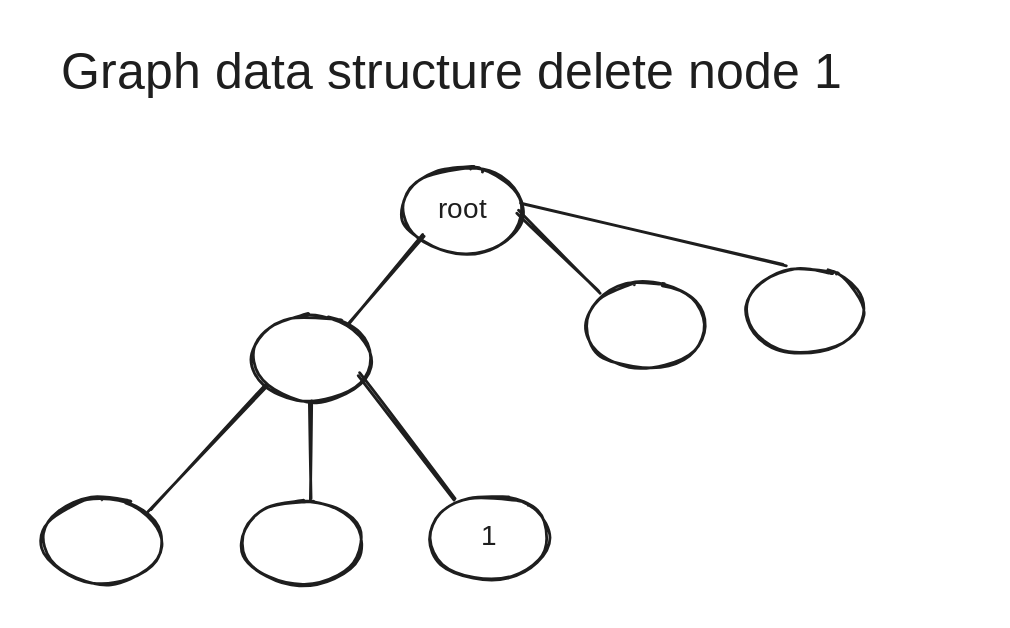
Before: .gitbook/assets/file.excalidraw.svg, a diagram exported from Excalidraw (UmbrellaCrow612/gitbook-content). Source tidied: one line per element, renumbered; positions are measured from the earlier drawing's top-left corner, leaving out a move shared by most shapes.
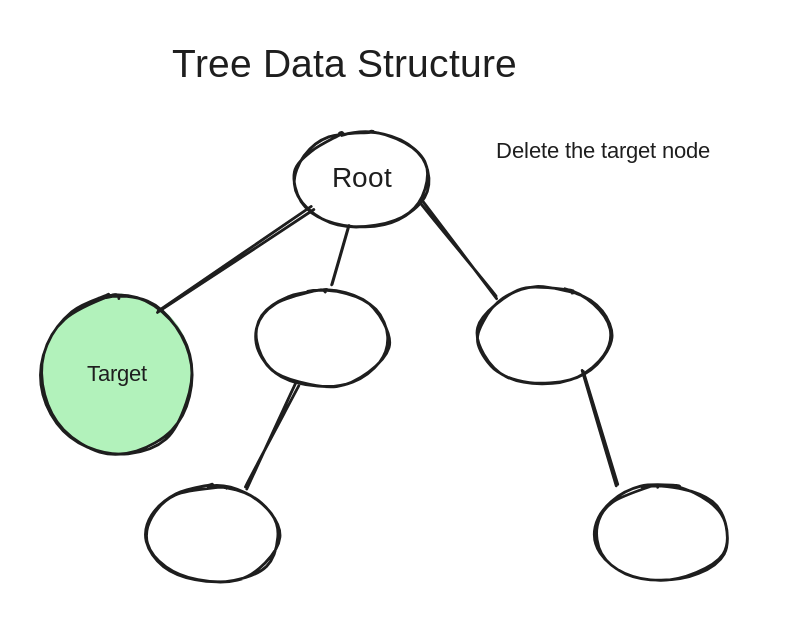
Later version of the same file.

Diff of the diagram source:
```diff
@@ -1,16 +1,15 @@
-{"id": 0, "type": "text", "text": "Graph data structure delete node 1", "strokeColor": "#1e1e1e", "strokeWidth": 2, "roughness": 1, "fontSize": 36, "fontFamily": 1, "x": 13, "y": 0, "width": 648, "height": 45}
-{"id": 1, "type": "ellipse", "strokeColor": "#1e1e1e", "strokeWidth": 2, "roughness": 1, "round": true, "x": 258, "y": 90, "width": 85, "height": 61}
-{"id": 2, "type": "text", "text": "root", "strokeColor": "#1e1e1e", "strokeWidth": 2, "roughness": 1, "fontSize": 20, "fontFamily": 1, "textAlign": "center", "verticalAlign": "middle", "inside": 1, "x": 279, "y": 108, "width": 42, "height": 25}
-{"id": 3, "type": "ellipse", "strokeColor": "#1e1e1e", "strokeWidth": 2, "roughness": 1, "round": true, "x": 389, "y": 172, "width": 85, "height": 61}
-{"id": 4, "type": "ellipse", "strokeColor": "#1e1e1e", "strokeWidth": 2, "roughness": 1, "round": true, "x": 150, "y": 195, "width": 85, "height": 61}
-{"id": 5, "type": "ellipse", "strokeColor": "#1e1e1e", "strokeWidth": 2, "roughness": 1, "round": true, "x": 0, "y": 325, "width": 85, "height": 61}
-{"id": 6, "type": "ellipse", "strokeColor": "#1e1e1e", "strokeWidth": 2, "roughness": 1, "round": true, "x": 143, "y": 327, "width": 85, "height": 61}
-{"id": 7, "type": "ellipse", "strokeColor": "#1e1e1e", "strokeWidth": 2, "roughness": 1, "round": true, "x": 277, "y": 323, "width": 85, "height": 61}
-{"id": 8, "type": "text", "text": "1", "strokeColor": "#1e1e1e", "strokeWidth": 2, "roughness": 1, "fontSize": 20, "fontFamily": 1, "textAlign": "center", "verticalAlign": "middle", "inside": 7, "x": 316, "y": 341, "width": 5, "height": 25}
-{"id": 9, "type": "ellipse", "strokeColor": "#1e1e1e", "strokeWidth": 2, "roughness": 1, "round": true, "x": 502, "y": 161, "width": 85, "height": 61}
-{"id": 10, "type": "line", "strokeColor": "#1e1e1e", "strokeWidth": 2, "roughness": 1, "round": true, "x": 272, "y": 139, "width": 53, "height": 62, "points": [[0, 0], [-53, 62]]}
-{"id": 11, "type": "line", "strokeColor": "#1e1e1e", "strokeWidth": 2, "roughness": 1, "round": true, "x": 161, "y": 246, "width": 84, "height": 89, "points": [[0, 0], [-84, 89]]}
-{"id": 12, "type": "line", "strokeColor": "#1e1e1e", "strokeWidth": 2, "roughness": 1, "round": true, "x": 192, "y": 256, "width": 1, "height": 71, "points": [[0, 0], [-1, 71]]}
-{"id": 13, "type": "line", "strokeColor": "#1e1e1e", "strokeWidth": 2, "roughness": 1, "round": true, "x": 226, "y": 237, "width": 69, "height": 90, "points": [[0, 0], [69, 90]]}
-{"id": 14, "type": "line", "strokeColor": "#1e1e1e", "strokeWidth": 2, "roughness": 1, "round": true, "x": 340, "y": 121, "width": 59, "height": 57, "points": [[0, 0], [59, 57]]}
-{"id": 15, "type": "line", "strokeColor": "#1e1e1e", "strokeWidth": 2, "roughness": 1, "round": true, "x": 343, "y": 114, "width": 187, "height": 45, "points": [[0, 0], [187, 45]]}
+{"id": 16, "type": "ellipse", "strokeColor": "#1e1e1e", "strokeWidth": 2, "roughness": 1, "round": true, "x": 238, "y": 69, "width": 95, "height": 69}
+{"id": 17, "type": "text", "text": "Root", "strokeColor": "#1e1e1e", "strokeWidth": 2, "roughness": 1, "fontSize": 20, "fontFamily": 1, "textAlign": "center", "verticalAlign": "middle", "inside": 16, "x": 262, "y": 91, "width": 47, "height": 25}
+{"id": 18, "type": "ellipse", "strokeColor": "#1e1e1e", "strokeWidth": 2, "roughness": 1, "round": true, "x": 369, "y": 180, "width": 95, "height": 69}
+{"id": 19, "type": "ellipse", "strokeColor": "#1e1e1e", "strokeWidth": 2, "roughness": 1, "round": true, "x": 210, "y": 183, "width": 95, "height": 69}
+{"id": 20, "type": "ellipse", "strokeColor": "#1e1e1e", "backgroundColor": "#b2f2bb", "fillStyle": "solid", "strokeWidth": 2, "roughness": 1, "round": true, "x": 57, "y": 187, "width": 108, "height": 113}
+{"id": 21, "type": "text", "text": "Target", "strokeColor": "#1e1e1e", "strokeWidth": 2, "roughness": 1, "fontSize": 16, "fontFamily": 1, "textAlign": "center", "verticalAlign": "middle", "inside": 20, "x": 83, "y": 233, "width": 56, "height": 20}
+{"id": 22, "type": "ellipse", "strokeColor": "#1e1e1e", "strokeWidth": 2, "roughness": 1, "round": true, "x": 132, "y": 323, "width": 95, "height": 69}
+{"id": 23, "type": "ellipse", "strokeColor": "#1e1e1e", "strokeWidth": 2, "roughness": 1, "round": true, "x": 453, "y": 322, "width": 95, "height": 69}
+{"id": 24, "type": "line", "strokeColor": "#1e1e1e", "strokeWidth": 2, "roughness": 1, "round": true, "x": 250, "y": 124, "width": 111, "height": 75, "points": [[0, 0], [-111, 75]]}
+{"id": 25, "type": "line", "strokeColor": "#1e1e1e", "strokeWidth": 2, "roughness": 1, "round": true, "x": 276, "y": 137, "width": 12, "height": 42, "points": [[0, 0], [-12, 42]]}
+{"id": 26, "type": "line", "strokeColor": "#1e1e1e", "strokeWidth": 2, "roughness": 1, "round": true, "x": 329, "y": 120, "width": 52, "height": 68, "points": [[0, 0], [52, 68]]}
+{"id": 27, "type": "line", "strokeColor": "#1e1e1e", "strokeWidth": 2, "roughness": 1, "round": true, "x": 443, "y": 240, "width": 26, "height": 82, "points": [[0, 0], [26, 82]]}
+{"id": 28, "type": "line", "strokeColor": "#1e1e1e", "strokeWidth": 2, "roughness": 1, "round": true, "x": 239, "y": 250, "width": 35, "height": 74, "points": [[0, 0], [-35, 74]]}
+{"id": 29, "type": "text", "text": "Tree Data Structure", "strokeColor": "#1e1e1e", "strokeWidth": 2, "roughness": 1, "fontSize": 28, "fontFamily": 1, "x": 150, "y": 5, "width": 302, "height": 35}
+{"id": 30, "type": "text", "text": "Delete the target node", "strokeColor": "#1e1e1e", "backgroundColor": "#b2f2bb", "fillStyle": "solid", "strokeWidth": 2, "roughness": 1, "fontSize": 16, "fontFamily": 1, "x": 382, "y": 74, "width": 188, "height": 20}
```
